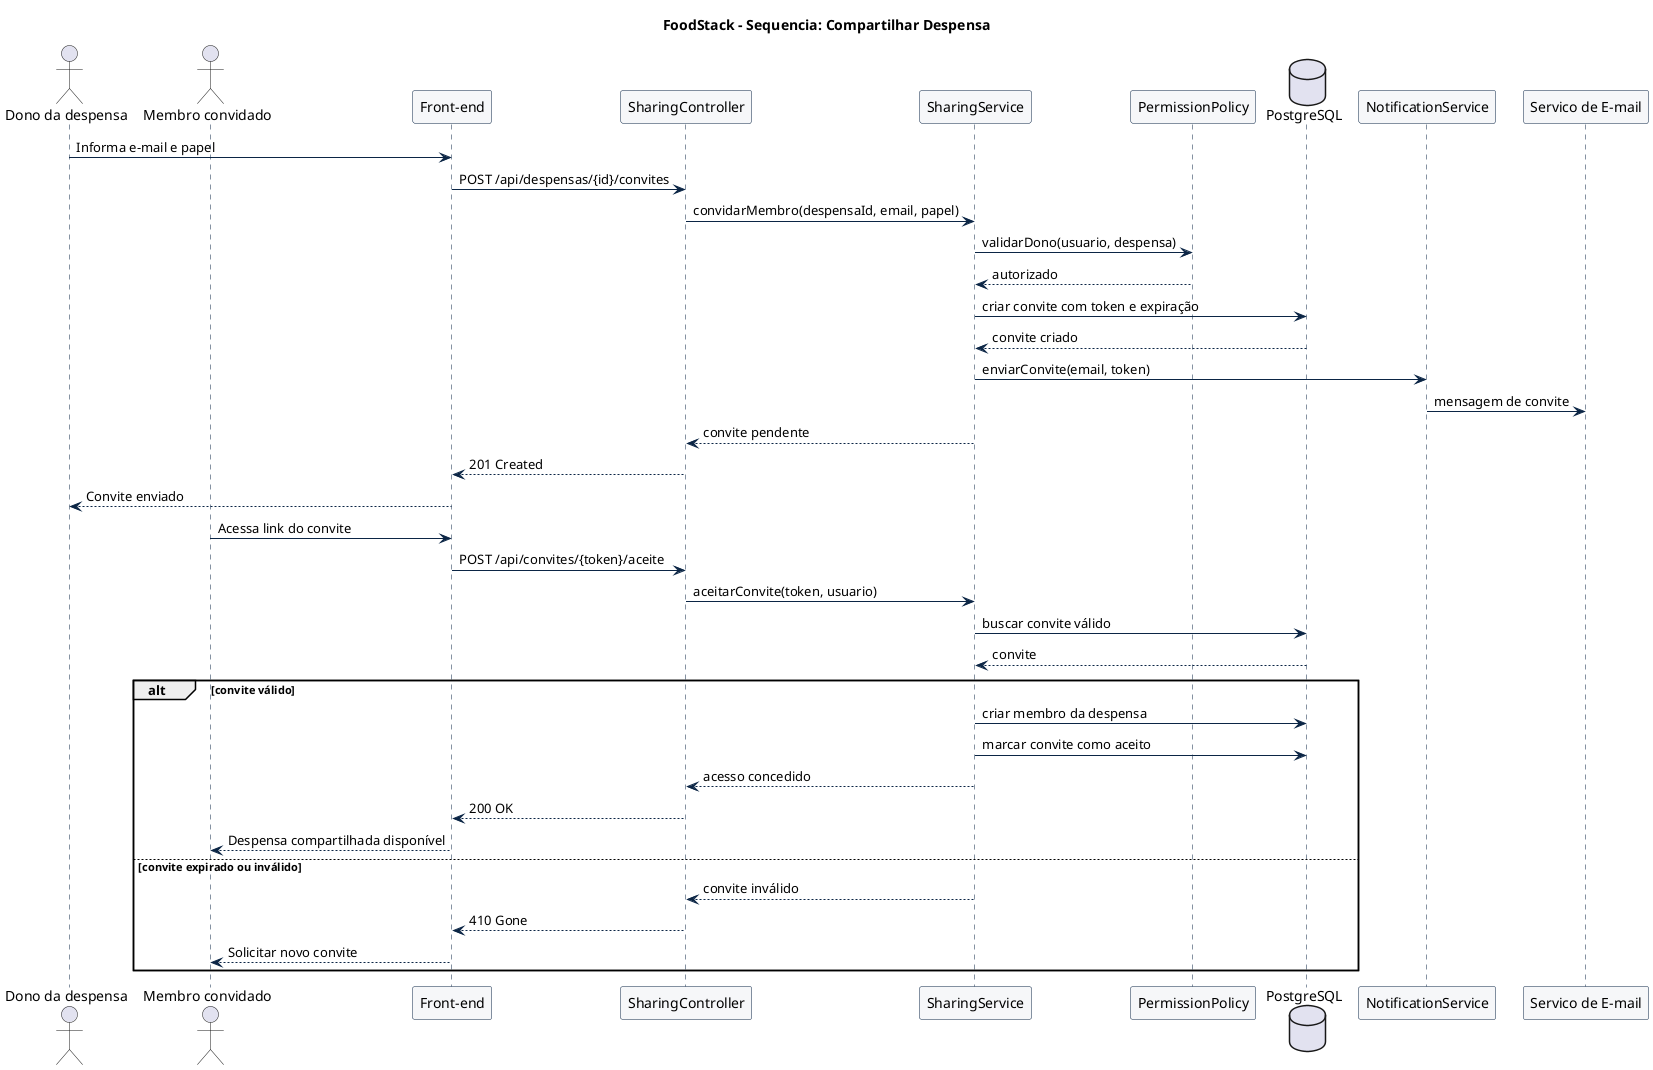
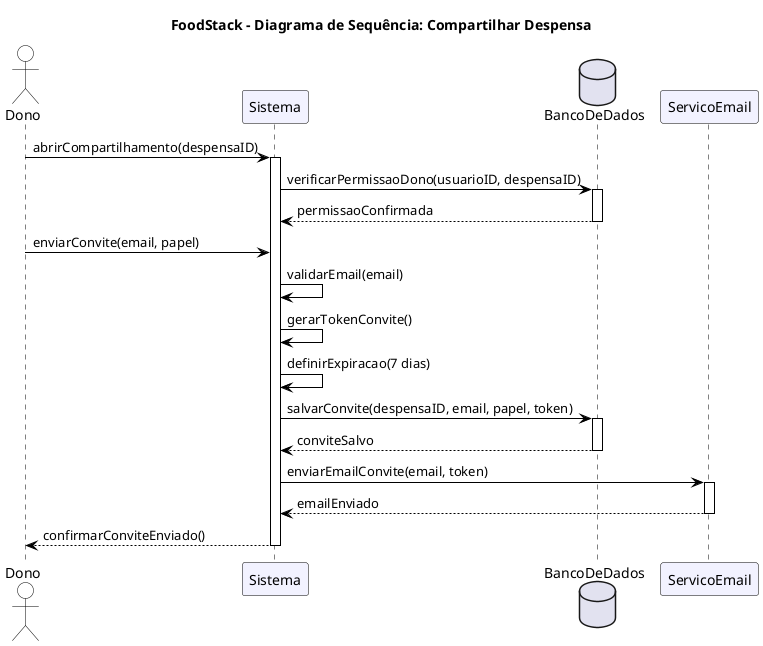
@startuml
- title FoodStack - Sequencia: Compartilhar Despensa
+ title FoodStack - Diagrama de Sequência: Compartilhar Despensa

skinparam shadowing false
+ skinparam defaultFontName Arial
skinparam sequence {
-   ArrowColor #0B2545
-   LifeLineBorderColor #0B2545
-   ParticipantBorderColor #0B2545
-   ParticipantBackgroundColor #F6F7F9
+   ArrowColor Black
+   LifeLineBorderColor Black
+   ParticipantBorderColor Black
+   ParticipantBackgroundColor #F2F2FF
+   ActorBorderColor Black
+   ActorBackgroundColor White
+   DatabaseBorderColor Black
+   DatabaseBackgroundColor White
}

- actor "Dono da despensa" as Dono
- actor "Membro convidado" as Membro
- participant "Front-end" as FE
- participant "SharingController" as SC
- participant "SharingService" as SS
- participant "PermissionPolicy" as Perm
- database "PostgreSQL" as DB
- participant "NotificationService" as NS
- participant "Servico de E-mail" as Email
+ actor "Dono" as Dono
+ participant "Sistema" as Sistema
+ database "BancoDeDados" as BancoDeDados
+ participant "ServicoEmail" as ServicoEmail

- Dono -> FE : Informa e-mail e papel
- FE -> SC : POST /api/despensas/{id}/convites
- SC -> SS : convidarMembro(despensaId, email, papel)
- SS -> Perm : validarDono(usuario, despensa)
- Perm --> SS : autorizado
- SS -> DB : criar convite com token e expiração
- DB --> SS : convite criado
- SS -> NS : enviarConvite(email, token)
- NS -> Email : mensagem de convite
- SS --> SC : convite pendente
- SC --> FE : 201 Created
- FE --> Dono : Convite enviado
+ Dono -> Sistema : abrirCompartilhamento(despensaID)
+ activate Sistema
+ Sistema -> BancoDeDados : verificarPermissaoDono(usuarioID, despensaID)
+ activate BancoDeDados
+ BancoDeDados --> Sistema : permissaoConfirmada
+ deactivate BancoDeDados

- Membro -> FE : Acessa link do convite
- FE -> SC : POST /api/convites/{token}/aceite
- SC -> SS : aceitarConvite(token, usuario)
- SS -> DB : buscar convite válido
- DB --> SS : convite
+ Dono -> Sistema : enviarConvite(email, papel)
+ Sistema -> Sistema : validarEmail(email)
+ Sistema -> Sistema : gerarTokenConvite()
+ Sistema -> Sistema : definirExpiracao(7 dias)

- alt convite válido
-   SS -> DB : criar membro da despensa
-   SS -> DB : marcar convite como aceito
-   SS --> SC : acesso concedido
-   SC --> FE : 200 OK
-   FE --> Membro : Despensa compartilhada disponível
- else convite expirado ou inválido
-   SS --> SC : convite inválido
-   SC --> FE : 410 Gone
-   FE --> Membro : Solicitar novo convite
- end
+ Sistema -> BancoDeDados : salvarConvite(despensaID, email, papel, token)
+ activate BancoDeDados
+ BancoDeDados --> Sistema : conviteSalvo
+ deactivate BancoDeDados
+ 
+ Sistema -> ServicoEmail : enviarEmailConvite(email, token)
+ activate ServicoEmail
+ ServicoEmail --> Sistema : emailEnviado
+ deactivate ServicoEmail
+ 
+ Sistema --> Dono : confirmarConviteEnviado()
+ deactivate Sistema
@enduml
